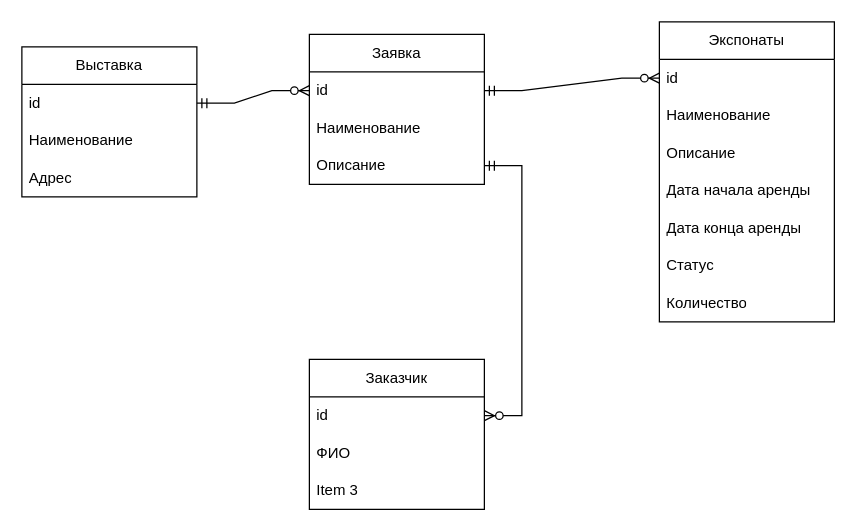
This is Музей.drawio from Shalapai2009/Project, a draw.io file, before an edit. Source tidied: cells renumbered, new cells numbered last; positions are measured from the earlier drawing's top-left corner, leaving out a move shared by most shapes. Both pictures are drawn from the tidied source at 125%, with x=0, y=0 at pixel (21, 21).
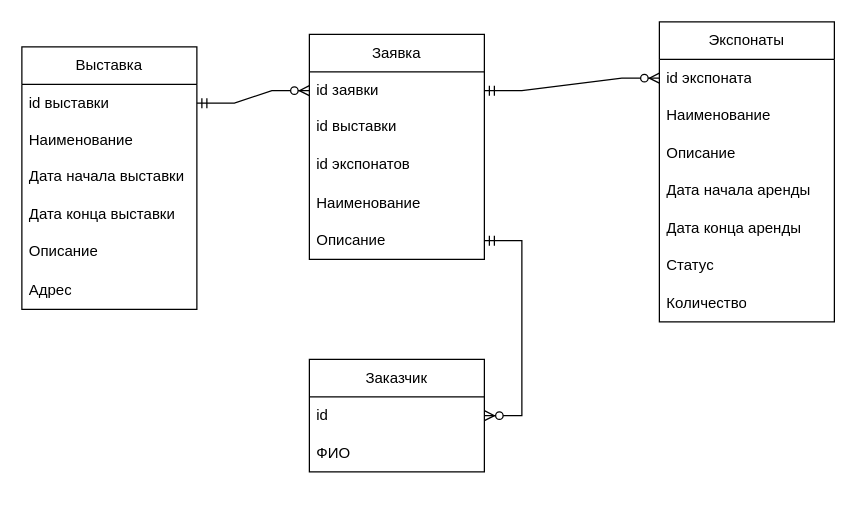
The same diagram, later.

The change refers to these unchanged cells:
```xml
<mxCell id="2" value="Экспонаты" style="swimlane;fontStyle=0;horizontal=1;startSize=30;whiteSpace=wrap;html=1;" parent="1" vertex="1">
  <mxGeometry x="510" width="140" height="240" as="geometry" />
</mxCell>
```

What changed in the source:
```diff
@@
-    <mxCell id="3" value="id" style="text;strokeColor=none;fillColor=none;align=left;verticalAlign=middle;spacingLeft=4;spacingRight=4;overflow=hidden;points=[[0,0.5],[1,0.5]];portConstraint=eastwest;whiteSpace=wrap;html=1;" parent="2" vertex="1">
+    <mxCell id="3" value="id экспоната" style="text;strokeColor=none;fillColor=none;align=left;verticalAlign=middle;spacingLeft=4;spacingRight=4;overflow=hidden;points=[[0,0.5],[1,0.5]];portConstraint=eastwest;whiteSpace=wrap;html=1;" parent="2" vertex="1">
       <mxGeometry y="30" width="140" height="30" as="geometry" />
     </mxCell>
@@
     <mxCell id="10" value="Выставка" style="swimlane;fontStyle=0;horizontal=1;startSize=30;whiteSpace=wrap;html=1;" parent="1" vertex="1">
-      <mxGeometry y="20" width="140" height="120" as="geometry" />
+      <mxGeometry y="20" width="140" height="210" as="geometry" />
     </mxCell>
-    <mxCell id="11" value="id" style="text;strokeColor=none;fillColor=none;align=left;verticalAlign=middle;spacingLeft=4;spacingRight=4;overflow=hidden;points=[[0,0.5],[1,0.5]];portConstraint=eastwest;whiteSpace=wrap;html=1;" parent="10" vertex="1">
+    <mxCell id="11" value="id выставки" style="text;strokeColor=none;fillColor=none;align=left;verticalAlign=middle;spacingLeft=4;spacingRight=4;overflow=hidden;points=[[0,0.5],[1,0.5]];portConstraint=eastwest;whiteSpace=wrap;html=1;" parent="10" vertex="1">
       <mxGeometry y="30" width="140" height="30" as="geometry" />
     </mxCell>
@@
+    <mxCell id="25" value="Дата начала выставки" style="text;strokeColor=none;fillColor=none;spacingLeft=4;spacingRight=4;overflow=hidden;fontSize=12;whiteSpace=wrap;html=1;" parent="10" vertex="1">
+      <mxGeometry y="90" width="140" height="30" as="geometry" />
+    </mxCell>
+    <mxCell id="26" value="Дата конца выставки" style="text;strokeColor=none;fillColor=none;spacingLeft=4;spacingRight=4;overflow=hidden;fontSize=12;whiteSpace=wrap;html=1;" parent="10" vertex="1">
+      <mxGeometry y="120" width="140" height="30" as="geometry" />
+    </mxCell>
+    <mxCell id="27" value="Описание" style="text;strokeColor=none;fillColor=none;spacingLeft=4;spacingRight=4;overflow=hidden;fontSize=12;whiteSpace=wrap;html=1;" parent="10" vertex="1">
+      <mxGeometry y="150" width="140" height="30" as="geometry" />
+    </mxCell>
     <mxCell id="13" value="Адрес" style="text;strokeColor=none;fillColor=none;align=left;verticalAlign=middle;spacingLeft=4;spacingRight=4;overflow=hidden;whiteSpace=wrap;html=1;" parent="10" vertex="1">
-      <mxGeometry y="90" width="140" height="30" as="geometry" />
+      <mxGeometry y="180" width="140" height="30" as="geometry" />
     </mxCell>
     <mxCell id="14" value="Заказчик" style="swimlane;fontStyle=0;horizontal=1;startSize=30;whiteSpace=wrap;html=1;" parent="1" vertex="1">
-      <mxGeometry x="230" y="270" width="140" height="120" as="geometry" />
+      <mxGeometry x="230" y="270" width="140" height="90" as="geometry" />
     </mxCell>
@@
-    <mxCell id="17" value="Item 3" style="text;strokeColor=none;fillColor=none;align=left;verticalAlign=middle;spacingLeft=4;spacingRight=4;overflow=hidden;whiteSpace=wrap;html=1;" parent="14" vertex="1">
-      <mxGeometry y="90" width="140" height="30" as="geometry" />
-    </mxCell>
     <mxCell id="18" value="Заявка" style="swimlane;fontStyle=0;horizontal=1;startSize=30;whiteSpace=wrap;html=1;" parent="1" vertex="1">
-      <mxGeometry x="230" y="10" width="140" height="120" as="geometry" />
+      <mxGeometry x="230" y="10" width="140" height="180" as="geometry" />
     </mxCell>
-    <mxCell id="19" value="id" style="text;strokeColor=none;fillColor=none;align=left;verticalAlign=middle;spacingLeft=4;spacingRight=4;overflow=hidden;points=[[0,0.5],[1,0.5]];portConstraint=eastwest;whiteSpace=wrap;html=1;" parent="18" vertex="1">
+    <mxCell id="19" value="id заявки" style="text;strokeColor=none;fillColor=none;align=left;verticalAlign=middle;spacingLeft=4;spacingRight=4;overflow=hidden;points=[[0,0.5],[1,0.5]];portConstraint=eastwest;whiteSpace=wrap;html=1;" parent="18" vertex="1">
       <mxGeometry y="30" width="140" height="30" as="geometry" />
     </mxCell>
+    <mxCell id="28" value="id выставки" style="text;strokeColor=none;fillColor=none;spacingLeft=4;spacingRight=4;overflow=hidden;fontSize=12;whiteSpace=wrap;html=1;" parent="18" vertex="1">
+      <mxGeometry y="60" width="140" height="30" as="geometry" />
+    </mxCell>
+    <mxCell id="29" value="id экспонатов" style="text;strokeColor=none;fillColor=none;spacingLeft=4;spacingRight=4;overflow=hidden;fontSize=12;whiteSpace=wrap;html=1;" parent="18" vertex="1">
+      <mxGeometry y="90" width="140" height="30" as="geometry" />
+    </mxCell>
     <mxCell id="20" value="Наименование" style="text;strokeColor=none;fillColor=none;align=left;verticalAlign=middle;spacingLeft=4;spacingRight=4;overflow=hidden;whiteSpace=wrap;html=1;" parent="18" vertex="1">
-      <mxGeometry y="60" width="140" height="30" as="geometry" />
+      <mxGeometry y="120" width="140" height="30" as="geometry" />
     </mxCell>
     <mxCell id="21" value="Описание" style="text;strokeColor=none;fillColor=none;align=left;verticalAlign=middle;spacingLeft=4;spacingRight=4;overflow=hidden;points=[[0,0.5],[1,0.5]];portConstraint=eastwest;whiteSpace=wrap;html=1;" parent="18" vertex="1">
-      <mxGeometry y="90" width="140" height="30" as="geometry" />
+      <mxGeometry y="150" width="140" height="30" as="geometry" />
     </mxCell>
```
